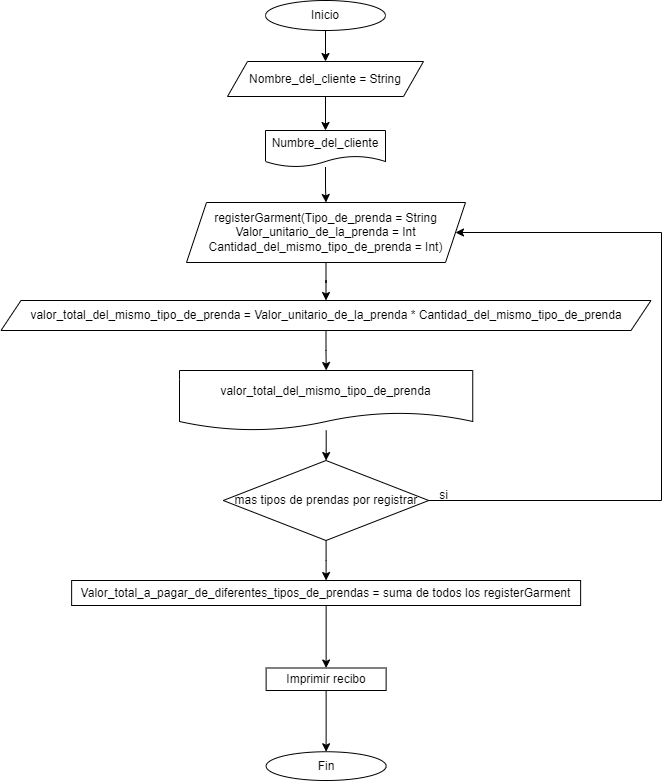
Before: Pagar en una tienda.png, a diagram exported from draw.io (dasamepu/Flujo-de-funciones-para-encapsular-algoritmos). Source tidied: cells renumbered, new cells last; positions are measured from the earlier drawing's top-left corner, leaving out a move shared by most shapes.
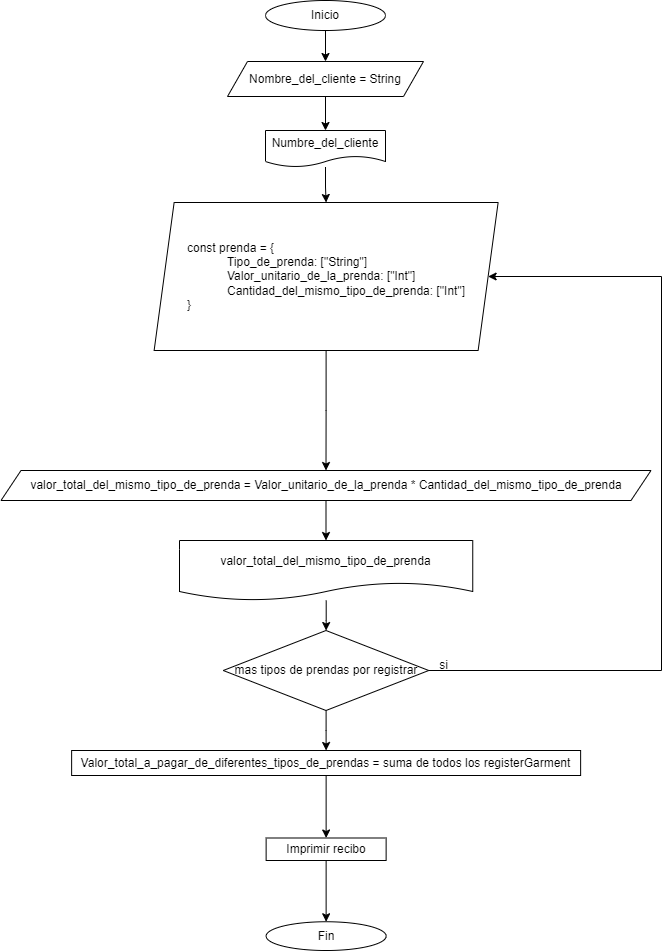
Later version of the same file.

The edit, as a diff of the source:
```diff
@@ -6,28 +6,33 @@
       <mxGeometry relative="1" as="geometry" />
     </mxCell>
     <mxCell id="3" value="Inicio" style="ellipse;whiteSpace=wrap;html=1;" parent="1" vertex="1">
-      <mxGeometry x="264" width="120" height="30" as="geometry" />
+      <mxGeometry x="264" y="-170" width="120" height="30" as="geometry" />
     </mxCell>
     <mxCell id="4" style="edgeStyle=orthogonalEdgeStyle;rounded=0;jettySize=auto;html=1;" parent="1" edge="1" source="5" target="7">
       <mxGeometry relative="1" as="geometry" />
     </mxCell>
     <mxCell id="5" value="Nombre_del_cliente = String" style="shape=parallelogram;perimeter=parallelogramPerimeter;whiteSpace=wrap;html=1;fixedSize=1;" parent="1" vertex="1">
-      <mxGeometry x="226" y="61" width="196" height="35" as="geometry" />
+      <mxGeometry x="226" y="-109" width="196" height="35" as="geometry" />
     </mxCell>
     <mxCell id="6" style="edgeStyle=orthogonalEdgeStyle;rounded=0;jettySize=auto;html=1;" parent="1" edge="1" source="7" target="9">
       <mxGeometry relative="1" as="geometry" />
     </mxCell>
     <mxCell id="7" value="Numbre_del_cliente" style="shape=document;whiteSpace=wrap;html=1;boundedLbl=1;" parent="1" vertex="1">
-      <mxGeometry x="264" y="130" width="120" height="36.5" as="geometry" />
+      <mxGeometry x="264" y="-40" width="120" height="36.5" as="geometry" />
     </mxCell>
     <mxCell id="8" style="edgeStyle=orthogonalEdgeStyle;rounded=0;jettySize=auto;html=1;" parent="1" edge="1" source="9" target="11">
       <mxGeometry relative="1" as="geometry" />
     </mxCell>
-    <mxCell id="9" value="registerGarment(Tipo_de_prenda = String&lt;br&gt;Valor_unitario_de_la_prenda = Int&lt;br&gt;Cantidad_del_mismo_tipo_de_prenda = Int)" style="shape=parallelogram;perimeter=parallelogramPerimeter;whiteSpace=wrap;html=1;fixedSize=1;" parent="1" vertex="1">
-      <mxGeometry x="185" y="202" width="279" height="60" as="geometry" />
+    <mxCell id="9" value="&lt;div style=&quot;text-align: left;&quot;&gt;&lt;span style=&quot;background-color: initial;&quot;&gt;const prenda = {&lt;/span&gt;&lt;/div&gt;&lt;blockquote style=&quot;margin: 0 0 0 40px; border: none; padding: 0px;&quot;&gt;&lt;div style=&quot;text-align: left;&quot;&gt;&lt;span style=&quot;background-color: initial;&quot;&gt;Tipo_de_prenda: [&lt;/span&gt;&lt;span style=&quot;background-color: initial;&quot;&gt;&quot;String&quot;&lt;/span&gt;&lt;span style=&quot;background-color: initial;&quot;&gt;]&lt;/span&gt;&lt;/div&gt;&lt;div style=&quot;text-align: left;&quot;&gt;&lt;span style=&quot;background-color: initial;&quot;&gt;Valor_unitario_de_la_prenda: [&quot;Int&quot;]&lt;/span&gt;&lt;/div&gt;&lt;div style=&quot;text-align: left;&quot;&gt;&lt;span style=&quot;background-color: initial;&quot;&gt;Cantidad_del_mismo_tipo_de_prenda: [&quot;Int&quot;]&lt;/span&gt;&lt;/div&gt;&lt;/blockquote&gt;&lt;div style=&quot;text-align: left;&quot;&gt;&lt;span style=&quot;background-color: initial;&quot;&gt;}&lt;/span&gt;&lt;/div&gt;" style="shape=parallelogram;perimeter=parallelogramPerimeter;whiteSpace=wrap;html=1;fixedSize=1;" parent="1" vertex="1">
+      <mxGeometry x="152.6" y="32" width="344" height="148" as="geometry" />
     </mxCell>
     <mxCell id="10" style="edgeStyle=orthogonalEdgeStyle;rounded=0;jettySize=auto;html=1;" parent="1" edge="1" source="11" target="13">
-      <mxGeometry relative="1" as="geometry" />
+      <mxGeometry relative="1" as="geometry">
+        <Array as="points">
+          <mxPoint x="325" y="429" />
+          <mxPoint x="325" y="429" />
+        </Array>
+      </mxGeometry>
     </mxCell>
     <mxCell id="11" value="valor_total_del_mismo_tipo_de_prenda = Valor_unitario_de_la_prenda * Cantidad_del_mismo_tipo_de_prenda" style="shape=parallelogram;perimeter=parallelogramPerimeter;whiteSpace=wrap;html=1;fixedSize=1;" parent="1" vertex="1">
       <mxGeometry x="-0.5" y="300" width="650" height="30" as="geometry" />
@@ -42,7 +47,7 @@
       <mxGeometry relative="1" as="geometry">
         <Array as="points">
           <mxPoint x="660" y="500" />
-          <mxPoint x="660" y="232" />
+          <mxPoint x="660" y="106" />
         </Array>
       </mxGeometry>
     </mxCell>
```
